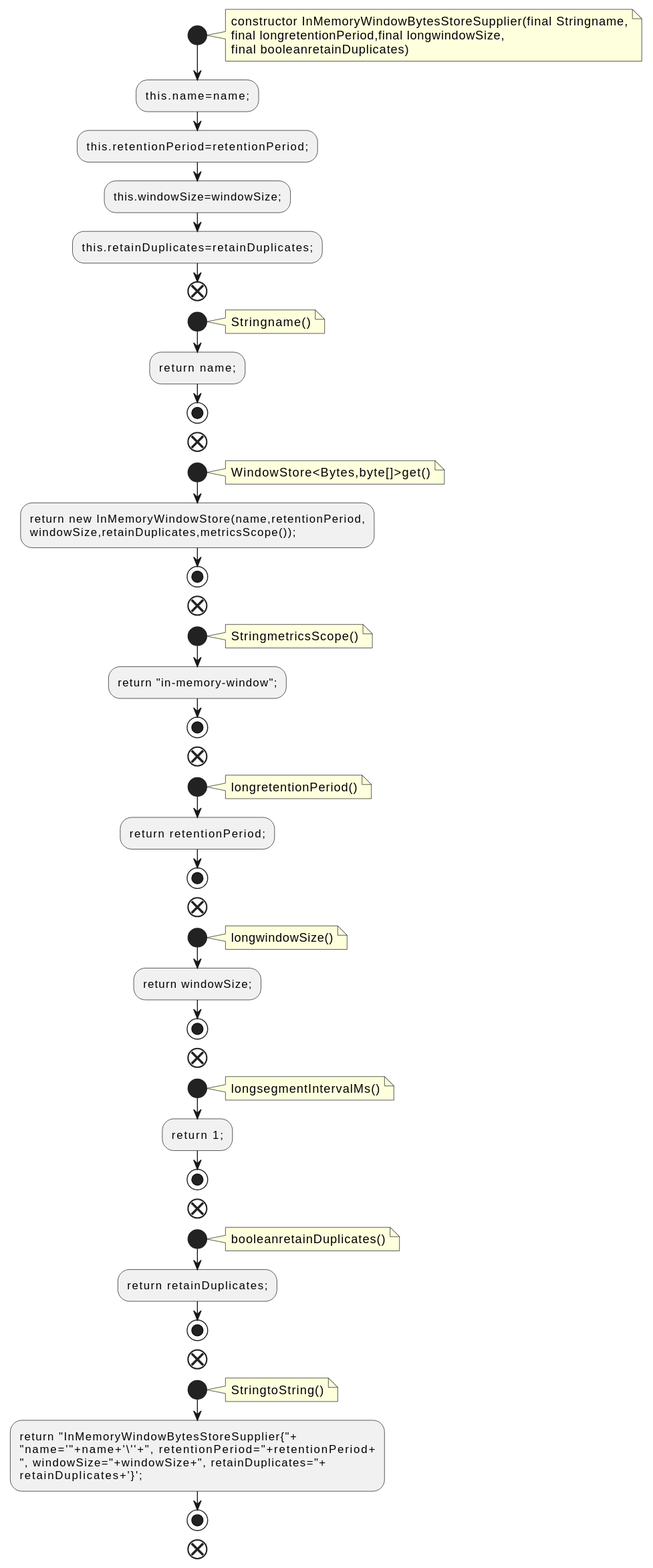
Earlier version of the PlantUML export docs/qc/streams/src/main/java/org/apache/kafka/streams/state/internals/InMemoryWindowBytesStoreSupplier.java.fct.svg (qualitesys/kafka).
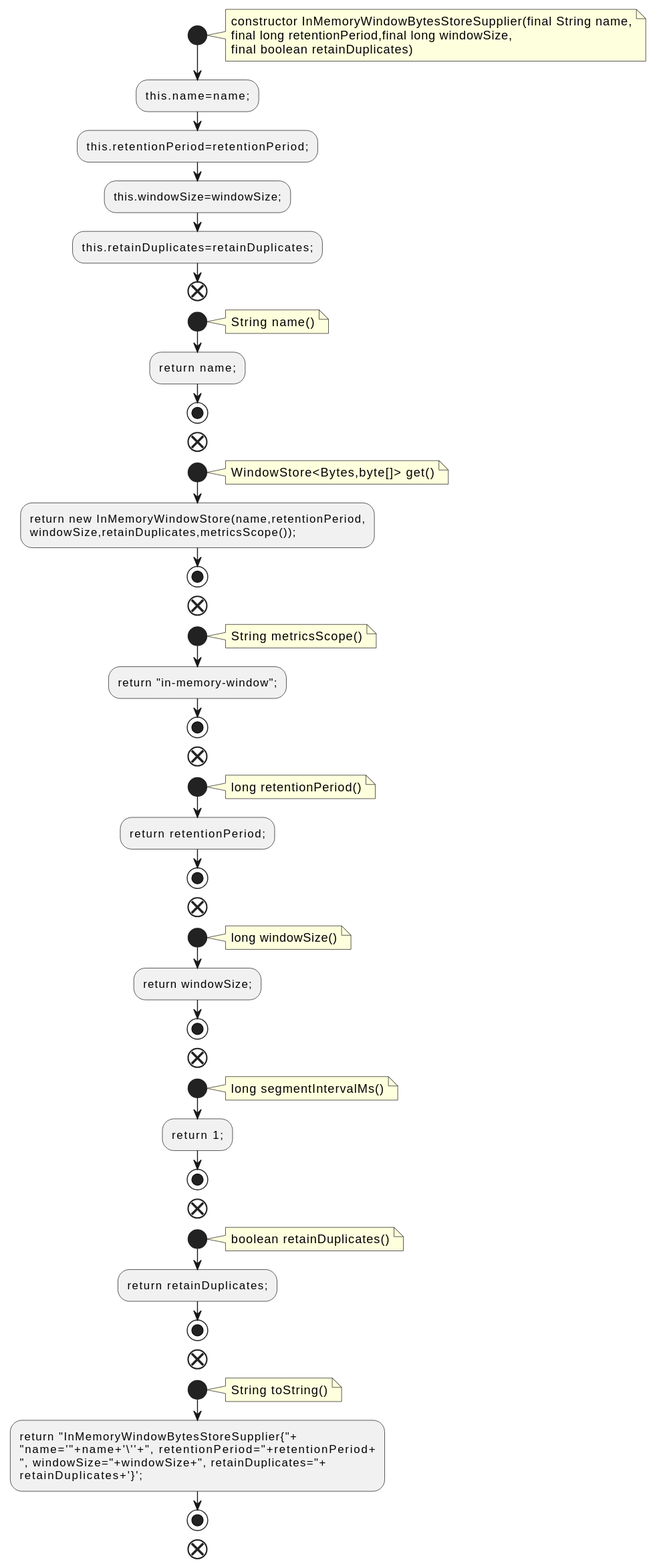
Later version of the same file.

Change to the diagram source:
```diff
@@ -2,9 +2,9 @@
 !pragma layout smetana
 start
 note right
-constructor InMemoryWindowBytesStoreSupplier(final Stringname,
-final longretentionPeriod,final longwindowSize,
-final booleanretainDuplicates)
+constructor InMemoryWindowBytesStoreSupplier(final String name,
+final long retentionPeriod,final long windowSize,
+final boolean retainDuplicates)
 end note
 :this.name=name;;
 :this.retentionPeriod=retentionPeriod;;
@@ -13,14 +13,14 @@
 end
 start
 note right
-Stringname()
+String name()
 end note
 :return name;;
 stop
 end
 start
 note right
-WindowStore<Bytes,byte[]>get()
+WindowStore<Bytes,byte[]> get()
 end note
 :return new InMemoryWindowStore(name,retentionPeriod,
 windowSize,retainDuplicates,metricsScope());;
@@ -28,42 +28,42 @@
 end
 start
 note right
-StringmetricsScope()
+String metricsScope()
 end note
 :return "in-memory-window";;
 stop
 end
 start
 note right
-longretentionPeriod()
+long retentionPeriod()
 end note
 :return retentionPeriod;;
 stop
 end
 start
 note right
-longwindowSize()
+long windowSize()
 end note
 :return windowSize;;
 stop
 end
 start
 note right
-longsegmentIntervalMs()
+long segmentIntervalMs()
 end note
 :return 1;;
 stop
 end
 start
 note right
-booleanretainDuplicates()
+boolean retainDuplicates()
 end note
 :return retainDuplicates;;
 stop
 end
 start
 note right
-StringtoString()
+String toString()
 end note
 :return "InMemoryWindowBytesStoreSupplier{"+
 "name='"+name+'\''+", retentionPeriod="+retentionPeriod+
```
